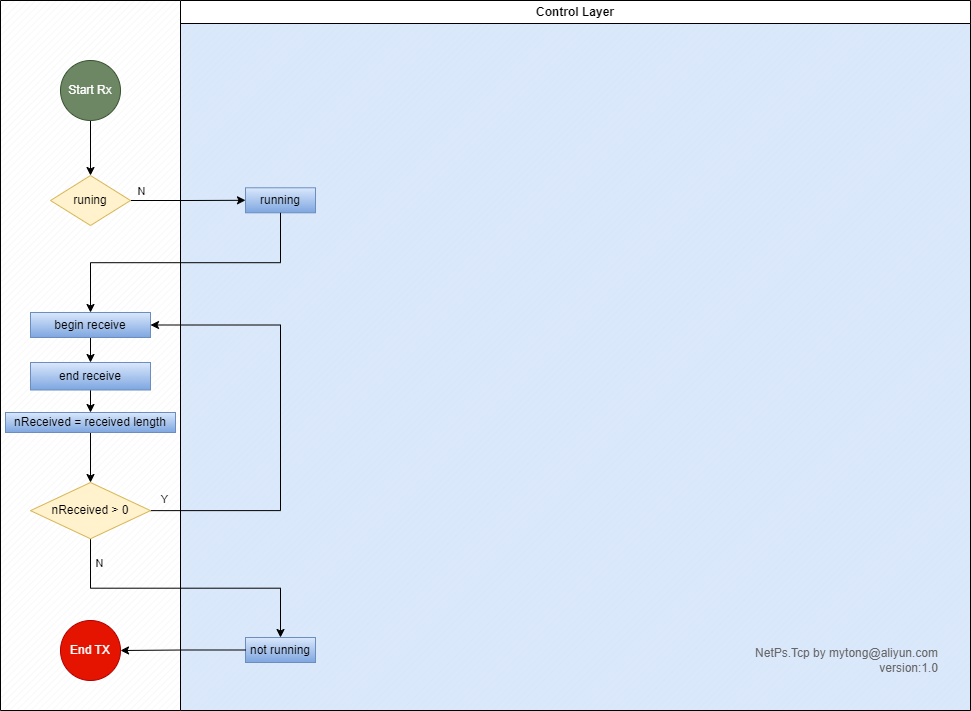
NetProtocols/NetPs keeps this draw.io diagram as src/NetPs.Tcp/doc/TcpRx.png. Above is the earlier version. Source tidied: cells renumbered, new cells last; positions are measured from the earlier drawing's top-left corner, leaving out a move shared by most shapes. The source it was exported from:
```xml
<mxGraphModel>
  <root>
    <mxCell id="0" />
    <mxCell id="1" parent="0" />
    <mxCell id="2" style="verticalLabelPosition=bottom;verticalAlign=top;html=1;shape=mxgraph.basic.patternFillRect;fillStyle=diag;step=5;fillStrokeWidth=0.2;fillStrokeColor=#dddddd;fillColor=#dae8fc;strokeColor=#6c8ebf;" parent="1" vertex="1">
      <mxGeometry x="180" width="790" height="710" as="geometry" />
    </mxCell>
    <mxCell id="3" value="Control Layer" style="swimlane;whiteSpace=wrap;html=1;startSize=23;" parent="1" vertex="1">
      <mxGeometry x="180" width="790" height="710" as="geometry" />
    </mxCell>
    <mxCell id="4" value="not running" style="whiteSpace=wrap;html=1;fillColor=#dae8fc;strokeColor=#6c8ebf;gradientColor=#7ea6e0;" parent="3" vertex="1">
      <mxGeometry x="65" y="637" width="70" height="25" as="geometry" />
    </mxCell>
    <mxCell id="5" value="running" style="whiteSpace=wrap;html=1;fillColor=#dae8fc;strokeColor=#6c8ebf;gradientColor=#7ea6e0;" parent="3" vertex="1">
      <mxGeometry x="65" y="187.3" width="70" height="25" as="geometry" />
    </mxCell>
    <mxCell id="6" style="verticalLabelPosition=bottom;verticalAlign=top;html=1;shape=mxgraph.basic.patternFillRect;fillStyle=diag;step=5;fillStrokeWidth=0.2;fillStrokeColor=#dddddd;" parent="1" vertex="1">
      <mxGeometry width="180" height="710" as="geometry" />
    </mxCell>
    <mxCell id="7" style="edgeStyle=orthogonalEdgeStyle;rounded=0;jettySize=auto;html=1;exitX=0.5;exitY=1;exitDx=0;exitDy=0;entryX=0.5;entryY=0;entryDx=0;entryDy=0;" parent="1" edge="1" source="8" target="11">
      <mxGeometry relative="1" as="geometry" />
    </mxCell>
    <mxCell id="8" value="Start Rx" style="ellipse;whiteSpace=wrap;html=1;fillColor=#6d8764;fontColor=#ffffff;strokeColor=#3A5431;" parent="1" vertex="1">
      <mxGeometry x="60" y="60" width="60" height="60" as="geometry" />
    </mxCell>
    <mxCell id="9" style="edgeStyle=orthogonalEdgeStyle;rounded=0;jettySize=auto;html=1;exitX=1;exitY=0.5;exitDx=0;exitDy=0;" parent="1" edge="1" source="11" target="5">
      <mxGeometry relative="1" as="geometry" />
    </mxCell>
    <mxCell id="10" value="N" style="edgeLabel;html=1;align=center;verticalAlign=middle;labelBackgroundColor=none;" parent="9" vertex="1">
      <mxGeometry x="-0.76" y="4" relative="1" as="geometry">
        <mxPoint x="-4" y="-6" as="offset" />
      </mxGeometry>
    </mxCell>
    <mxCell id="11" value="runing" style="rhombus;whiteSpace=wrap;html=1;fillColor=#fff2cc;strokeColor=#d6b656;" parent="1" vertex="1">
      <mxGeometry x="50" y="175" width="80" height="50" as="geometry" />
    </mxCell>
    <mxCell id="12" style="edgeStyle=orthogonalEdgeStyle;rounded=0;jettySize=auto;html=1;" parent="1" edge="1" source="13" target="15">
      <mxGeometry relative="1" as="geometry" />
    </mxCell>
    <mxCell id="13" value="begin receive" style="whiteSpace=wrap;html=1;fillColor=#dae8fc;strokeColor=#6c8ebf;gradientColor=#7ea6e0;" parent="1" vertex="1">
      <mxGeometry x="30" y="312" width="120" height="25" as="geometry" />
    </mxCell>
    <mxCell id="14" style="edgeStyle=orthogonalEdgeStyle;rounded=0;jettySize=auto;html=1;exitX=0.5;exitY=1;exitDx=0;exitDy=0;" parent="1" edge="1" source="15" target="24">
      <mxGeometry relative="1" as="geometry" />
    </mxCell>
    <mxCell id="15" value="end receive" style="whiteSpace=wrap;html=1;fillColor=#dae8fc;strokeColor=#6c8ebf;gradientColor=#7ea6e0;" parent="1" vertex="1">
      <mxGeometry x="30" y="362" width="120" height="27.5" as="geometry" />
    </mxCell>
    <mxCell id="16" style="edgeStyle=orthogonalEdgeStyle;rounded=0;jettySize=auto;html=1;exitX=0.5;exitY=1;exitDx=0;exitDy=0;" parent="1" edge="1" source="20" target="4">
      <mxGeometry relative="1" as="geometry" />
    </mxCell>
    <mxCell id="17" value="N" style="edgeLabel;html=1;align=center;verticalAlign=middle;labelBackgroundColor=none;" parent="16" vertex="1">
      <mxGeometry x="-0.7" y="3" relative="1" as="geometry">
        <mxPoint x="5" y="-19" as="offset" />
      </mxGeometry>
    </mxCell>
    <mxCell id="18" style="edgeStyle=orthogonalEdgeStyle;rounded=0;jettySize=auto;html=1;exitX=1;exitY=0.5;exitDx=0;exitDy=0;entryX=1;entryY=0.5;entryDx=0;entryDy=0;" parent="1" edge="1" source="20" target="13">
      <mxGeometry relative="1" as="geometry">
        <Array as="points">
          <mxPoint x="280" y="510" />
          <mxPoint x="280" y="325" />
        </Array>
      </mxGeometry>
    </mxCell>
    <mxCell id="19" value="Y" style="edgeLabel;html=1;align=center;verticalAlign=middle;labelBackgroundColor=none;" parent="18" vertex="1">
      <mxGeometry x="-0.92" y="2" relative="1" as="geometry">
        <mxPoint x="-4" y="-10" as="offset" />
      </mxGeometry>
    </mxCell>
    <mxCell id="20" value="nReceived &amp;gt; 0" style="rhombus;whiteSpace=wrap;html=1;fillColor=#fff2cc;strokeColor=#d6b656;" parent="1" vertex="1">
      <mxGeometry x="30" y="482" width="120" height="56.2" as="geometry" />
    </mxCell>
    <mxCell id="21" value="End TX" style="ellipse;whiteSpace=wrap;html=1;fillColor=#e51400;fontColor=#ffffff;strokeColor=#B20000;" parent="1" vertex="1">
      <mxGeometry x="60" y="620" width="60" height="60" as="geometry" />
    </mxCell>
    <mxCell id="22" value="&lt;font color=&quot;#666666&quot;&gt;NetPs.Tcp by mytong@aliyun.com&lt;br&gt;version:1.0&lt;br&gt;&lt;/font&gt;" style="rounded=1;whiteSpace=wrap;html=1;fillColor=none;strokeColor=none;align=right;" parent="1" vertex="1">
      <mxGeometry x="710" y="630" width="230" height="60" as="geometry" />
    </mxCell>
    <mxCell id="23" style="edgeStyle=orthogonalEdgeStyle;rounded=0;jettySize=auto;html=1;exitX=0.5;exitY=1;exitDx=0;exitDy=0;entryX=0.5;entryY=0;entryDx=0;entryDy=0;" parent="1" edge="1" source="24" target="20">
      <mxGeometry relative="1" as="geometry" />
    </mxCell>
    <mxCell id="24" value="nReceived&amp;nbsp;= received length" style="whiteSpace=wrap;html=1;fillColor=#dae8fc;strokeColor=#6c8ebf;gradientColor=#7ea6e0;" parent="1" vertex="1">
      <mxGeometry x="5" y="412" width="170" height="20" as="geometry" />
    </mxCell>
    <mxCell id="25" style="edgeStyle=orthogonalEdgeStyle;rounded=0;jettySize=auto;html=1;exitX=0;exitY=0.5;exitDx=0;exitDy=0;entryX=1;entryY=0.5;entryDx=0;entryDy=0;" parent="1" edge="1" source="4" target="21">
      <mxGeometry relative="1" as="geometry" />
    </mxCell>
    <mxCell id="26" style="edgeStyle=orthogonalEdgeStyle;rounded=0;jettySize=auto;html=1;exitX=0.5;exitY=1;exitDx=0;exitDy=0;entryX=0.5;entryY=0;entryDx=0;entryDy=0;" parent="1" edge="1" source="5" target="13">
      <mxGeometry relative="1" as="geometry" />
    </mxCell>
  </root>
</mxGraphModel>
```
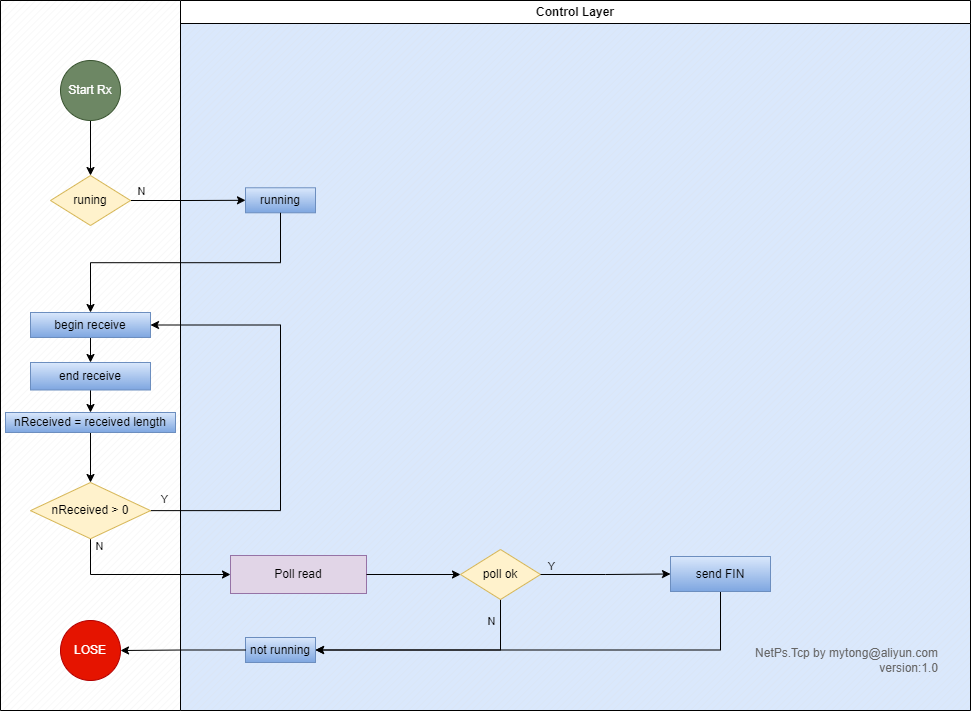
Above is the later version.

Change to the diagram source:
```diff
@@ -14,6 +14,23 @@
     <mxCell id="5" value="running" style="whiteSpace=wrap;html=1;fillColor=#dae8fc;strokeColor=#6c8ebf;gradientColor=#7ea6e0;" parent="3" vertex="1">
       <mxGeometry x="65" y="187.3" width="70" height="25" as="geometry" />
     </mxCell>
+    <mxCell id="27" value="Poll read" style="whiteSpace=wrap;html=1;fillColor=#e1d5e7;strokeColor=#9673a6;" parent="3" vertex="1">
+      <mxGeometry x="50" y="555" width="136" height="38" as="geometry" />
+    </mxCell>
+    <mxCell id="28" style="edgeStyle=orthogonalEdgeStyle;rounded=0;jettySize=auto;html=1;exitX=0.5;exitY=1;exitDx=0;exitDy=0;entryX=1;entryY=0.5;entryDx=0;entryDy=0;" parent="3" edge="1" source="30" target="4">
+      <mxGeometry relative="1" as="geometry" />
+    </mxCell>
+    <mxCell id="29" value="N" style="edgeLabel;html=1;align=center;verticalAlign=middle;labelBackgroundColor=none;" parent="28" vertex="1">
+      <mxGeometry x="-0.84" y="4" relative="1" as="geometry">
+        <mxPoint x="-14" y="2" as="offset" />
+      </mxGeometry>
+    </mxCell>
+    <mxCell id="30" value="poll ok" style="rhombus;whiteSpace=wrap;html=1;fillColor=#fff2cc;strokeColor=#d6b656;" parent="3" vertex="1">
+      <mxGeometry x="280" y="549" width="80" height="50" as="geometry" />
+    </mxCell>
+    <mxCell id="31" style="edgeStyle=orthogonalEdgeStyle;rounded=0;jettySize=auto;html=1;exitX=1;exitY=0.5;exitDx=0;exitDy=0;entryX=0;entryY=0.5;entryDx=0;entryDy=0;" parent="3" edge="1" source="27" target="30">
+      <mxGeometry relative="1" as="geometry" />
+    </mxCell>
     <mxCell id="6" style="verticalLabelPosition=bottom;verticalAlign=top;html=1;shape=mxgraph.basic.patternFillRect;fillStyle=diag;step=5;fillStrokeWidth=0.2;fillStrokeColor=#dddddd;" parent="1" vertex="1">
       <mxGeometry width="180" height="710" as="geometry" />
     </mxCell>
@@ -46,7 +63,7 @@
     <mxCell id="15" value="end receive" style="whiteSpace=wrap;html=1;fillColor=#dae8fc;strokeColor=#6c8ebf;gradientColor=#7ea6e0;" parent="1" vertex="1">
       <mxGeometry x="30" y="362" width="120" height="27.5" as="geometry" />
     </mxCell>
-    <mxCell id="16" style="edgeStyle=orthogonalEdgeStyle;rounded=0;jettySize=auto;html=1;exitX=0.5;exitY=1;exitDx=0;exitDy=0;" parent="1" edge="1" source="20" target="4">
+    <mxCell id="16" style="edgeStyle=orthogonalEdgeStyle;rounded=0;jettySize=auto;html=1;exitX=0.5;exitY=1;exitDx=0;exitDy=0;entryX=0;entryY=0.5;entryDx=0;entryDy=0;" parent="1" edge="1" source="20" target="27">
       <mxGeometry relative="1" as="geometry" />
     </mxCell>
     <mxCell id="17" value="N" style="edgeLabel;html=1;align=center;verticalAlign=middle;labelBackgroundColor=none;" parent="16" vertex="1">
@@ -70,7 +87,7 @@
     <mxCell id="20" value="nReceived &amp;gt; 0" style="rhombus;whiteSpace=wrap;html=1;fillColor=#fff2cc;strokeColor=#d6b656;" parent="1" vertex="1">
       <mxGeometry x="30" y="482" width="120" height="56.2" as="geometry" />
     </mxCell>
-    <mxCell id="21" value="End TX" style="ellipse;whiteSpace=wrap;html=1;fillColor=#e51400;fontColor=#ffffff;strokeColor=#B20000;" parent="1" vertex="1">
+    <mxCell id="21" value="LOSE" style="ellipse;whiteSpace=wrap;html=1;fillColor=#e51400;fontColor=#ffffff;strokeColor=#B20000;" parent="1" vertex="1">
       <mxGeometry x="60" y="620" width="60" height="60" as="geometry" />
     </mxCell>
     <mxCell id="22" value="&lt;font color=&quot;#666666&quot;&gt;NetPs.Tcp by mytong@aliyun.com&lt;br&gt;version:1.0&lt;br&gt;&lt;/font&gt;" style="rounded=1;whiteSpace=wrap;html=1;fillColor=none;strokeColor=none;align=right;" parent="1" vertex="1">
@@ -88,5 +105,19 @@
     <mxCell id="26" style="edgeStyle=orthogonalEdgeStyle;rounded=0;jettySize=auto;html=1;exitX=0.5;exitY=1;exitDx=0;exitDy=0;entryX=0.5;entryY=0;entryDx=0;entryDy=0;" parent="1" edge="1" source="5" target="13">
       <mxGeometry relative="1" as="geometry" />
     </mxCell>
+    <mxCell id="32" style="edgeStyle=orthogonalEdgeStyle;rounded=0;jettySize=auto;html=1;exitX=0.5;exitY=1;exitDx=0;exitDy=0;entryX=1;entryY=0.5;entryDx=0;entryDy=0;" parent="1" edge="1" source="33" target="4">
+      <mxGeometry relative="1" as="geometry" />
+    </mxCell>
+    <mxCell id="33" value="send FIN" style="whiteSpace=wrap;html=1;fillColor=#dae8fc;strokeColor=#6c8ebf;gradientColor=#7ea6e0;" parent="1" vertex="1">
+      <mxGeometry x="670" y="556" width="100" height="35" as="geometry" />
+    </mxCell>
+    <mxCell id="34" style="edgeStyle=orthogonalEdgeStyle;rounded=0;jettySize=auto;html=1;exitX=1;exitY=0.5;exitDx=0;exitDy=0;entryX=0;entryY=0.5;entryDx=0;entryDy=0;" parent="1" edge="1" source="30" target="33">
+      <mxGeometry relative="1" as="geometry" />
+    </mxCell>
+    <mxCell id="35" value="Y" style="edgeLabel;html=1;align=center;verticalAlign=middle;labelBackgroundColor=none;" parent="34" vertex="1">
+      <mxGeometry x="-0.8" y="3" relative="1" as="geometry">
+        <mxPoint x="-3" y="-6" as="offset" />
+      </mxGeometry>
+    </mxCell>
   </root>
 </mxGraphModel>
```
